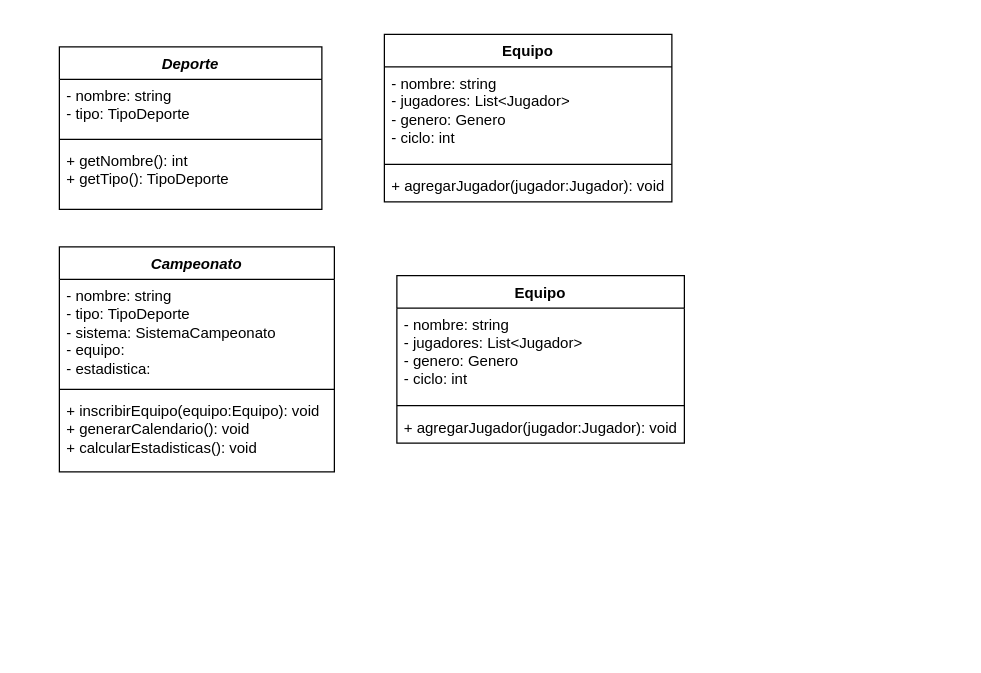
The draw.io diagram SistemaDeportes.drawio in ArianaSarango/AA2, before the edit. Source tidied: cells renumbered, new cells numbered last; positions are measured from the earlier drawing's top-left corner, leaving out a move shared by most shapes. Both pictures are drawn from the tidied source at 125%, with x=0, y=0 at pixel (59, 34).
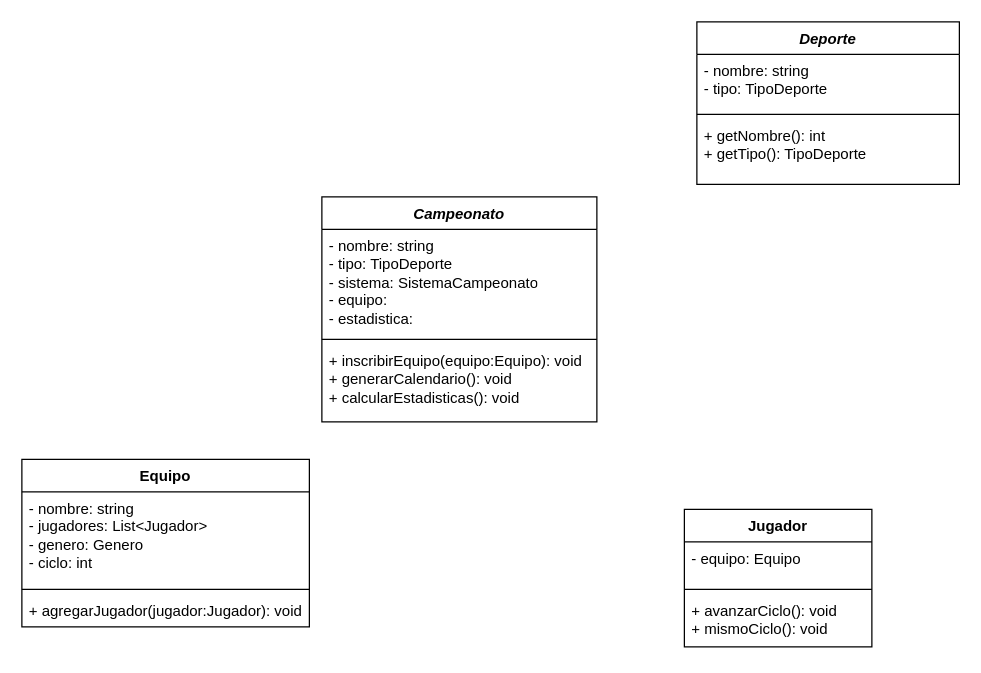
The same diagram, later.

Change to the diagram source:
```diff
@@
 <mxGraphModel>
   <root>
     <mxCell id="0" />
     <mxCell id="1" parent="0" />
     <mxCell id="2" value="&lt;i&gt;Deporte&lt;/i&gt;" style="swimlane;fontStyle=1;align=center;verticalAlign=top;horizontal=1;startSize=26;whiteSpace=wrap;html=1;" parent="1" vertex="1">
-      <mxGeometry y="10" width="210" height="130" as="geometry" />
+      <mxGeometry x="510" y="-10" width="210" height="130" as="geometry" />
     </mxCell>
     <mxCell id="3" value="&lt;div&gt;- nombre: string&lt;/div&gt;&lt;div&gt;- tipo: TipoDeporte&lt;/div&gt;" style="text;strokeColor=none;fillColor=none;align=left;verticalAlign=top;spacingLeft=4;spacingRight=4;overflow=hidden;whiteSpace=wrap;html=1;" parent="2" vertex="1">
       <mxGeometry y="26" width="210" height="44" as="geometry" />
     </mxCell>
     <mxCell id="4" style="line;strokeWidth=1;fillColor=none;align=left;verticalAlign=middle;spacingTop=-1;spacingLeft=3;spacingRight=3;labelPosition=right;strokeColor=inherit;" parent="2" vertex="1">
       <mxGeometry y="70" width="210" height="8" as="geometry" />
     </mxCell>
     <mxCell id="5" value="&lt;div&gt;&lt;span style=&quot;background-color: initial;&quot;&gt;+ getNombre(): int&lt;/span&gt;&lt;br&gt;&lt;/div&gt;&lt;div&gt;+ getTipo(): TipoDeporte&lt;br&gt;&lt;/div&gt;" style="text;strokeColor=none;fillColor=none;align=left;verticalAlign=top;spacingLeft=4;spacingRight=4;overflow=hidden;whiteSpace=wrap;html=1;" parent="2" vertex="1">
       <mxGeometry y="78" width="210" height="52" as="geometry" />
     </mxCell>
     <mxCell id="6" value="Equipo" style="swimlane;fontStyle=1;align=center;verticalAlign=top;horizontal=1;startSize=26;whiteSpace=wrap;html=1;" parent="1" vertex="1">
-      <mxGeometry x="260" width="230" height="134" as="geometry" />
+      <mxGeometry x="-30" y="340" width="230" height="134" as="geometry" />
     </mxCell>
     <mxCell id="7" value="- nombre: string&lt;div&gt;- jugadores: List&amp;lt;Jugador&amp;gt;&lt;/div&gt;&lt;div&gt;- genero: Genero&lt;/div&gt;&lt;div&gt;- ciclo: int&lt;/div&gt;" style="text;strokeColor=none;fillColor=none;align=left;verticalAlign=top;spacingLeft=4;spacingRight=4;overflow=hidden;whiteSpace=wrap;html=1;" parent="6" vertex="1">
       <mxGeometry y="26" width="230" height="74" as="geometry" />
     </mxCell>
     <mxCell id="8" style="line;strokeWidth=1;fillColor=none;align=left;verticalAlign=middle;spacingTop=-1;spacingLeft=3;spacingRight=3;labelPosition=right;strokeColor=inherit;" parent="6" vertex="1">
       <mxGeometry y="100" width="230" height="8" as="geometry" />
     </mxCell>
     <mxCell id="9" value="+ agregarJugador(jugador:Jugador): void" style="text;strokeColor=none;fillColor=none;align=left;verticalAlign=top;spacingLeft=4;spacingRight=4;overflow=hidden;whiteSpace=wrap;html=1;" parent="6" vertex="1">
       <mxGeometry y="108" width="230" height="26" as="geometry" />
     </mxCell>
     <mxCell id="10" value="&lt;i&gt;Campeonato&lt;/i&gt;" style="swimlane;fontStyle=1;align=center;verticalAlign=top;horizontal=1;startSize=26;whiteSpace=wrap;html=1;" parent="1" vertex="1">
-      <mxGeometry y="170" width="220" height="180" as="geometry" />
+      <mxGeometry x="210" y="130" width="220" height="180" as="geometry" />
     </mxCell>
     <mxCell id="11" value="&lt;div&gt;- nombre: string&lt;/div&gt;&lt;div&gt;- tipo: TipoDeporte&lt;/div&gt;&lt;div&gt;- sistema: SistemaCampeonato&lt;/div&gt;&lt;div&gt;- equipo:&lt;/div&gt;&lt;div&gt;- estadistica:&lt;/div&gt;" style="text;strokeColor=none;fillColor=none;align=left;verticalAlign=top;spacingLeft=4;spacingRight=4;overflow=hidden;whiteSpace=wrap;html=1;" parent="10" vertex="1">
       <mxGeometry y="26" width="220" height="84" as="geometry" />
     </mxCell>
     <mxCell id="12" style="line;strokeWidth=1;fillColor=none;align=left;verticalAlign=middle;spacingTop=-1;spacingLeft=3;spacingRight=3;labelPosition=right;strokeColor=inherit;" parent="10" vertex="1">
       <mxGeometry y="110" width="220" height="8" as="geometry" />
     </mxCell>
     <mxCell id="13" value="&lt;div&gt;+ inscribirEquipo(equipo:Equipo): void&lt;/div&gt;&lt;div&gt;+ generarCalendario(): void&lt;/div&gt;&lt;div&gt;+ calcularEstadisticas(): void&lt;/div&gt;" style="text;strokeColor=none;fillColor=none;align=left;verticalAlign=top;spacingLeft=4;spacingRight=4;overflow=hidden;whiteSpace=wrap;html=1;" parent="10" vertex="1">
       <mxGeometry y="118" width="220" height="62" as="geometry" />
     </mxCell>
-    <mxCell id="14" value="Equipo" style="swimlane;fontStyle=1;align=center;verticalAlign=top;horizontal=1;startSize=26;whiteSpace=wrap;html=1;" parent="1" vertex="1">
-      <mxGeometry x="270" y="193" width="230" height="134" as="geometry" />
+    <mxCell id="14" value="Jugador" style="swimlane;fontStyle=1;align=center;verticalAlign=top;horizontal=1;startSize=26;whiteSpace=wrap;html=1;" parent="1" vertex="1">
+      <mxGeometry x="500" y="380" width="150" height="110" as="geometry" />
     </mxCell>
-    <mxCell id="15" value="- nombre: string&lt;div&gt;- jugadores: List&amp;lt;Jugador&amp;gt;&lt;/div&gt;&lt;div&gt;- genero: Genero&lt;/div&gt;&lt;div&gt;- ciclo: int&lt;/div&gt;" style="text;strokeColor=none;fillColor=none;align=left;verticalAlign=top;spacingLeft=4;spacingRight=4;overflow=hidden;whiteSpace=wrap;html=1;" parent="14" vertex="1">
-      <mxGeometry y="26" width="230" height="74" as="geometry" />
+    <mxCell id="15" value="- equipo: Equipo" style="text;strokeColor=none;fillColor=none;align=left;verticalAlign=top;spacingLeft=4;spacingRight=4;overflow=hidden;whiteSpace=wrap;html=1;" parent="14" vertex="1">
+      <mxGeometry y="26" width="150" height="34" as="geometry" />
     </mxCell>
     <mxCell id="16" style="line;strokeWidth=1;fillColor=none;align=left;verticalAlign=middle;spacingTop=-1;spacingLeft=3;spacingRight=3;labelPosition=right;strokeColor=inherit;" parent="14" vertex="1">
-      <mxGeometry y="100" width="230" height="8" as="geometry" />
+      <mxGeometry y="60" width="150" height="8" as="geometry" />
     </mxCell>
-    <mxCell id="17" value="+ agregarJugador(jugador:Jugador): void" style="text;strokeColor=none;fillColor=none;align=left;verticalAlign=top;spacingLeft=4;spacingRight=4;overflow=hidden;whiteSpace=wrap;html=1;" parent="14" vertex="1">
-      <mxGeometry y="108" width="230" height="26" as="geometry" />
+    <mxCell id="17" value="+ avanzarCiclo(): void&lt;div&gt;+ mismoCiclo(): void&lt;/div&gt;" style="text;strokeColor=none;fillColor=none;align=left;verticalAlign=top;spacingLeft=4;spacingRight=4;overflow=hidden;whiteSpace=wrap;html=1;" parent="14" vertex="1">
+      <mxGeometry y="68" width="150" height="42" as="geometry" />
     </mxCell>
   </root>
 </mxGraphModel>
```
